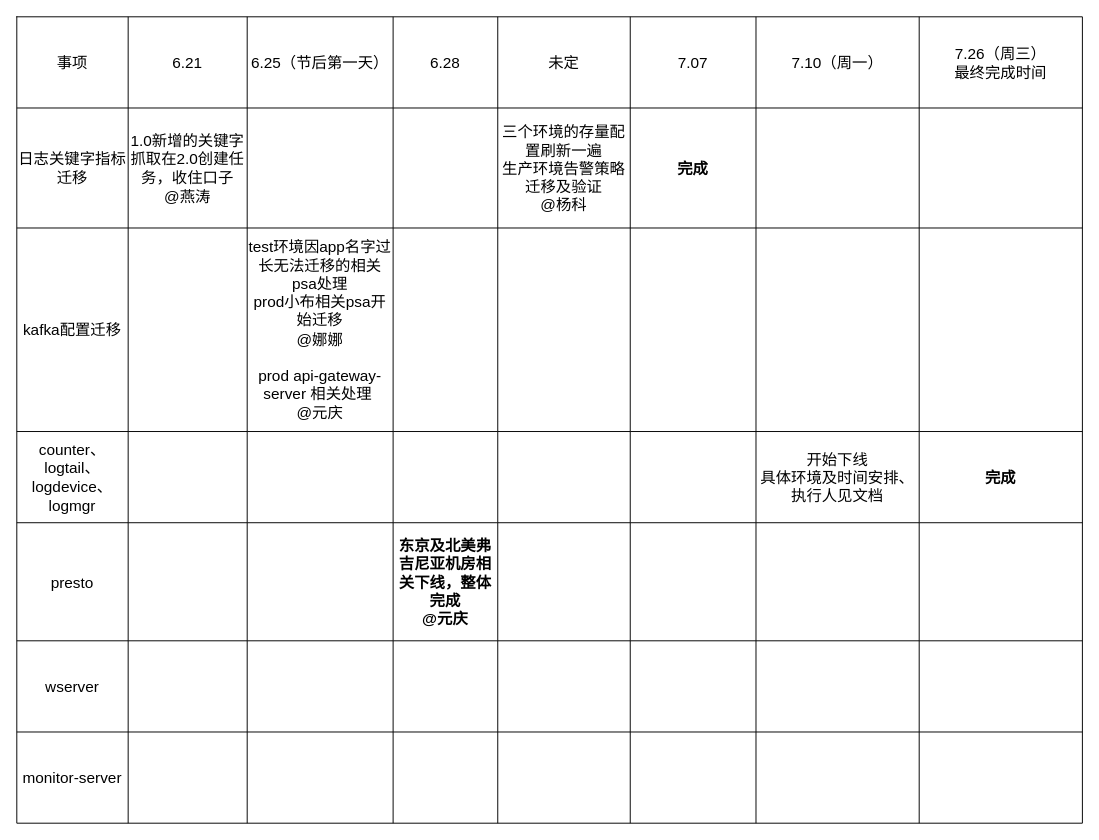
Above: 未命名绘图.drawio in jingb/pythonRepo (draw.io), before the change. Source tidied: cells renumbered, new cells numbered last; positions are measured from the earlier drawing's top-left corner, leaving out a move shared by most shapes. Both pictures are drawn from the tidied source at 96%, with x=0, y=0 at pixel (16, 16).
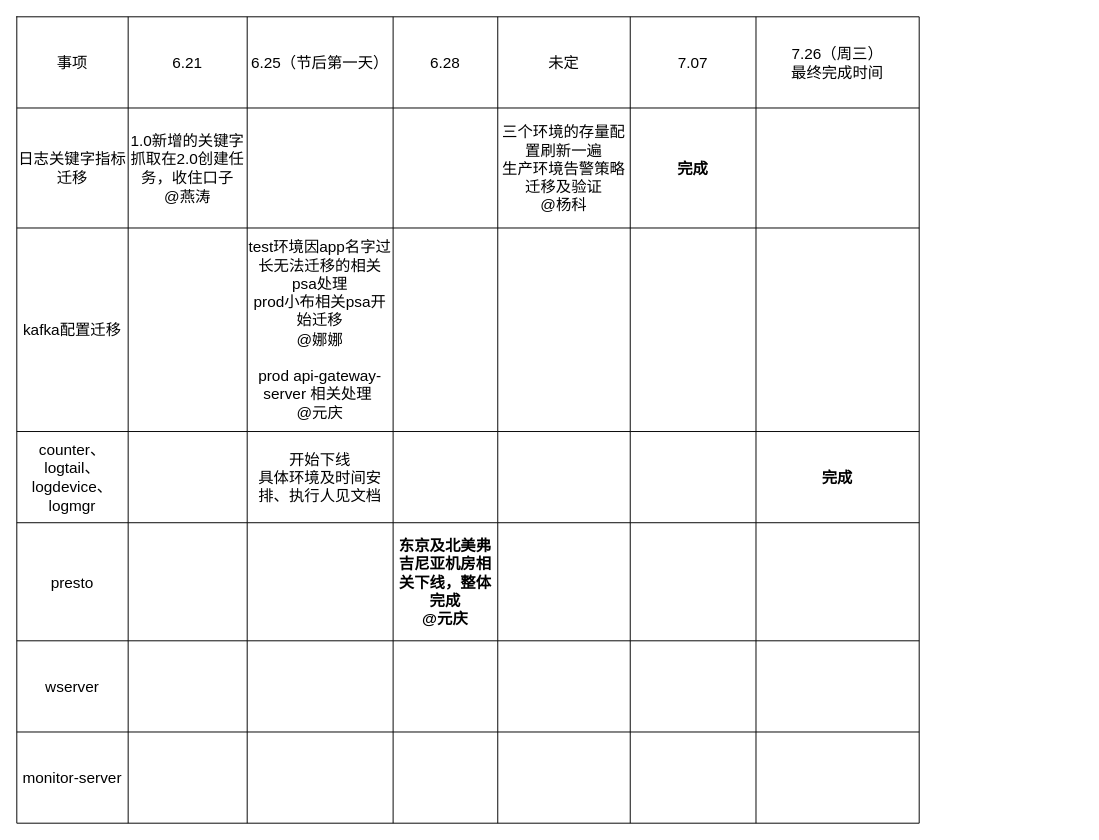
After the change.

Commit message:
更新未命名绘图.drawio

The edit, as a diff of the source:
```diff
@@
     <mxCell id="2" style="shape=table;startSize=0;childLayout=tableLayout;fontSize=16;" parent="1" vertex="1">
-      <mxGeometry width="1110" height="840" as="geometry" />
+      <mxGeometry width="940" height="840" as="geometry" />
     </mxCell>
     <mxCell id="3" style="shape=tableRow;horizontal=0;startSize=0;swimlaneHead=0;swimlaneBody=0;strokeColor=inherit;top=0;left=0;bottom=0;right=0;fillColor=none;fontSize=16;" parent="2" vertex="1">
-      <mxGeometry width="1110" height="95" as="geometry" />
+      <mxGeometry width="940" height="95" as="geometry" />
     </mxCell>
@@
-    <mxCell id="10" value="7.10（周一）" style="shape=partialRectangle;html=1;whiteSpace=wrap;strokeColor=inherit;overflow=hidden;fillColor=none;top=0;left=0;bottom=0;right=0;fontSize=16;" parent="3" vertex="1">
-      <mxGeometry x="770" width="170" height="95" as="geometry" />
-    </mxCell>
     <mxCell id="11" value="7.26（周三）&lt;br&gt;最终完成时间" style="shape=partialRectangle;html=1;whiteSpace=wrap;strokeColor=inherit;overflow=hidden;fillColor=none;top=0;left=0;bottom=0;right=0;fontSize=16;" parent="3" vertex="1">
-      <mxGeometry x="940" width="170" height="95" as="geometry" />
+      <mxGeometry x="770" width="170" height="95" as="geometry" />
     </mxCell>
     <mxCell id="12" style="shape=tableRow;horizontal=0;startSize=0;swimlaneHead=0;swimlaneBody=0;strokeColor=inherit;top=0;left=0;bottom=0;right=0;fillColor=none;fontSize=16;" parent="2" vertex="1">
-      <mxGeometry y="95" width="1110" height="125" as="geometry" />
+      <mxGeometry y="95" width="940" height="125" as="geometry" />
     </mxCell>
@@
-    <mxCell id="19" style="shape=partialRectangle;html=1;whiteSpace=wrap;strokeColor=inherit;overflow=hidden;fillColor=none;top=0;left=0;bottom=0;right=0;fontSize=16;" parent="12" vertex="1">
-      <mxGeometry x="770" width="170" height="125" as="geometry" />
-    </mxCell>
     <mxCell id="20" style="shape=partialRectangle;html=1;whiteSpace=wrap;strokeColor=inherit;overflow=hidden;fillColor=none;top=0;left=0;bottom=0;right=0;fontSize=16;" parent="12" vertex="1">
-      <mxGeometry x="940" width="170" height="125" as="geometry" />
+      <mxGeometry x="770" width="170" height="125" as="geometry" />
     </mxCell>
     <mxCell id="21" style="shape=tableRow;horizontal=0;startSize=0;swimlaneHead=0;swimlaneBody=0;strokeColor=inherit;top=0;left=0;bottom=0;right=0;fillColor=none;fontSize=16;" parent="2" vertex="1">
-      <mxGeometry y="220" width="1110" height="212" as="geometry" />
+      <mxGeometry y="220" width="940" height="212" as="geometry" />
     </mxCell>
@@
-    <mxCell id="28" style="shape=partialRectangle;html=1;whiteSpace=wrap;strokeColor=inherit;overflow=hidden;fillColor=none;top=0;left=0;bottom=0;right=0;fontSize=16;" parent="21" vertex="1">
-      <mxGeometry x="770" width="170" height="212" as="geometry" />
-    </mxCell>
     <mxCell id="29" style="shape=partialRectangle;html=1;whiteSpace=wrap;strokeColor=inherit;overflow=hidden;fillColor=none;top=0;left=0;bottom=0;right=0;fontSize=16;" parent="21" vertex="1">
-      <mxGeometry x="940" width="170" height="212" as="geometry" />
+      <mxGeometry x="770" width="170" height="212" as="geometry" />
     </mxCell>
     <mxCell id="30" style="shape=tableRow;horizontal=0;startSize=0;swimlaneHead=0;swimlaneBody=0;strokeColor=inherit;top=0;left=0;bottom=0;right=0;fillColor=none;fontSize=16;" parent="2" vertex="1">
-      <mxGeometry y="432" width="1110" height="95" as="geometry" />
+      <mxGeometry y="432" width="940" height="95" as="geometry" />
     </mxCell>
@@
-    <mxCell id="33" style="shape=partialRectangle;html=1;whiteSpace=wrap;strokeColor=inherit;overflow=hidden;fillColor=none;top=0;left=0;bottom=0;right=0;fontSize=16;" parent="30" vertex="1">
+    <mxCell id="33" value="开始下线&lt;br style=&quot;border-color: var(--border-color);&quot;&gt;具体环境及时间安排、执行人见文档" style="shape=partialRectangle;html=1;whiteSpace=wrap;strokeColor=inherit;overflow=hidden;fillColor=none;top=0;left=0;bottom=0;right=0;fontSize=16;" parent="30" vertex="1">
       <mxGeometry x="240" width="152" height="95" as="geometry" />
     </mxCell>
@@
-    <mxCell id="37" value="开始下线&lt;br&gt;具体环境及时间安排、执行人见文档" style="shape=partialRectangle;html=1;whiteSpace=wrap;strokeColor=inherit;overflow=hidden;fillColor=none;top=0;left=0;bottom=0;right=0;fontSize=16;" parent="30" vertex="1">
-      <mxGeometry x="770" width="170" height="95" as="geometry" />
-    </mxCell>
     <mxCell id="38" value="&lt;b&gt;完成&lt;/b&gt;" style="shape=partialRectangle;html=1;whiteSpace=wrap;strokeColor=inherit;overflow=hidden;fillColor=none;top=0;left=0;bottom=0;right=0;fontSize=16;" parent="30" vertex="1">
-      <mxGeometry x="940" width="170" height="95" as="geometry" />
+      <mxGeometry x="770" width="170" height="95" as="geometry" />
     </mxCell>
     <mxCell id="39" style="shape=tableRow;horizontal=0;startSize=0;swimlaneHead=0;swimlaneBody=0;strokeColor=inherit;top=0;left=0;bottom=0;right=0;fillColor=none;fontSize=16;" parent="2" vertex="1">
-      <mxGeometry y="527" width="1110" height="123" as="geometry" />
+      <mxGeometry y="527" width="940" height="123" as="geometry" />
     </mxCell>
@@
-    <mxCell id="46" style="shape=partialRectangle;html=1;whiteSpace=wrap;strokeColor=inherit;overflow=hidden;fillColor=none;top=0;left=0;bottom=0;right=0;fontSize=16;" parent="39" vertex="1">
-      <mxGeometry x="770" width="170" height="123" as="geometry" />
-    </mxCell>
     <mxCell id="47" style="shape=partialRectangle;html=1;whiteSpace=wrap;strokeColor=inherit;overflow=hidden;fillColor=none;top=0;left=0;bottom=0;right=0;fontSize=16;" parent="39" vertex="1">
-      <mxGeometry x="940" width="170" height="123" as="geometry" />
+      <mxGeometry x="770" width="170" height="123" as="geometry" />
     </mxCell>
     <mxCell id="48" style="shape=tableRow;horizontal=0;startSize=0;swimlaneHead=0;swimlaneBody=0;strokeColor=inherit;top=0;left=0;bottom=0;right=0;fillColor=none;fontSize=16;" parent="2" vertex="1">
-      <mxGeometry y="650" width="1110" height="95" as="geometry" />
+      <mxGeometry y="650" width="940" height="95" as="geometry" />
     </mxCell>
@@
-    <mxCell id="55" style="shape=partialRectangle;html=1;whiteSpace=wrap;strokeColor=inherit;overflow=hidden;fillColor=none;top=0;left=0;bottom=0;right=0;fontSize=16;" parent="48" vertex="1">
-      <mxGeometry x="770" width="170" height="95" as="geometry" />
-    </mxCell>
     <mxCell id="56" style="shape=partialRectangle;html=1;whiteSpace=wrap;strokeColor=inherit;overflow=hidden;fillColor=none;top=0;left=0;bottom=0;right=0;fontSize=16;" parent="48" vertex="1">
-      <mxGeometry x="940" width="170" height="95" as="geometry" />
+      <mxGeometry x="770" width="170" height="95" as="geometry" />
     </mxCell>
     <mxCell id="57" style="shape=tableRow;horizontal=0;startSize=0;swimlaneHead=0;swimlaneBody=0;strokeColor=inherit;top=0;left=0;bottom=0;right=0;fillColor=none;fontSize=16;" parent="2" vertex="1">
-      <mxGeometry y="745" width="1110" height="95" as="geometry" />
+      <mxGeometry y="745" width="940" height="95" as="geometry" />
     </mxCell>
@@
-    <mxCell id="64" style="shape=partialRectangle;html=1;whiteSpace=wrap;strokeColor=inherit;overflow=hidden;fillColor=none;top=0;left=0;bottom=0;right=0;fontSize=16;" parent="57" vertex="1">
-      <mxGeometry x="770" width="170" height="95" as="geometry" />
-    </mxCell>
     <mxCell id="65" style="shape=partialRectangle;html=1;whiteSpace=wrap;strokeColor=inherit;overflow=hidden;fillColor=none;top=0;left=0;bottom=0;right=0;fontSize=16;" parent="57" vertex="1">
-      <mxGeometry x="940" width="170" height="95" as="geometry" />
+      <mxGeometry x="770" width="170" height="95" as="geometry" />
     </mxCell>
```
